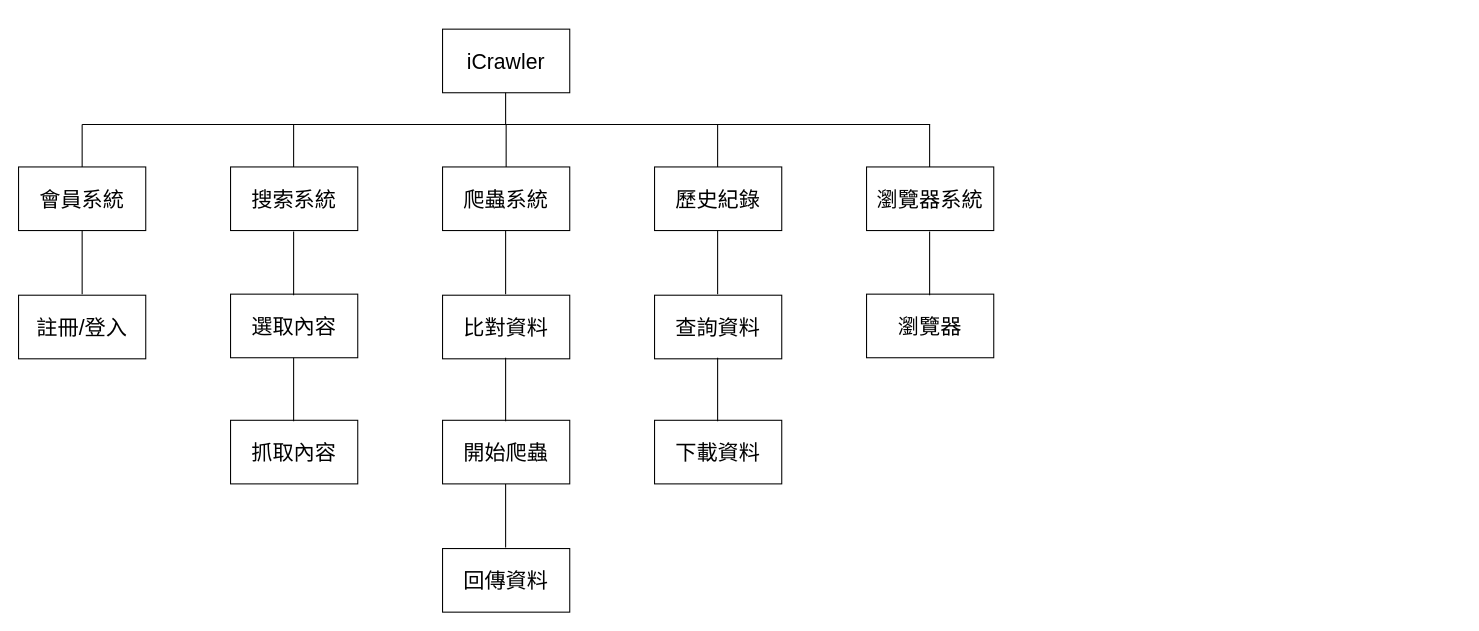
chunghaonien/topic_108 keeps this draw.io diagram as 手冊圖片/功能分解圖.drawio. Above is the earlier version. Source tidied: cells renumbered, new cells numbered last; positions are measured from the earlier drawing's top-left corner, leaving out a move shared by most shapes. Both pictures are drawn from the tidied source at 106%, with x=0, y=0 at pixel (18, 29).
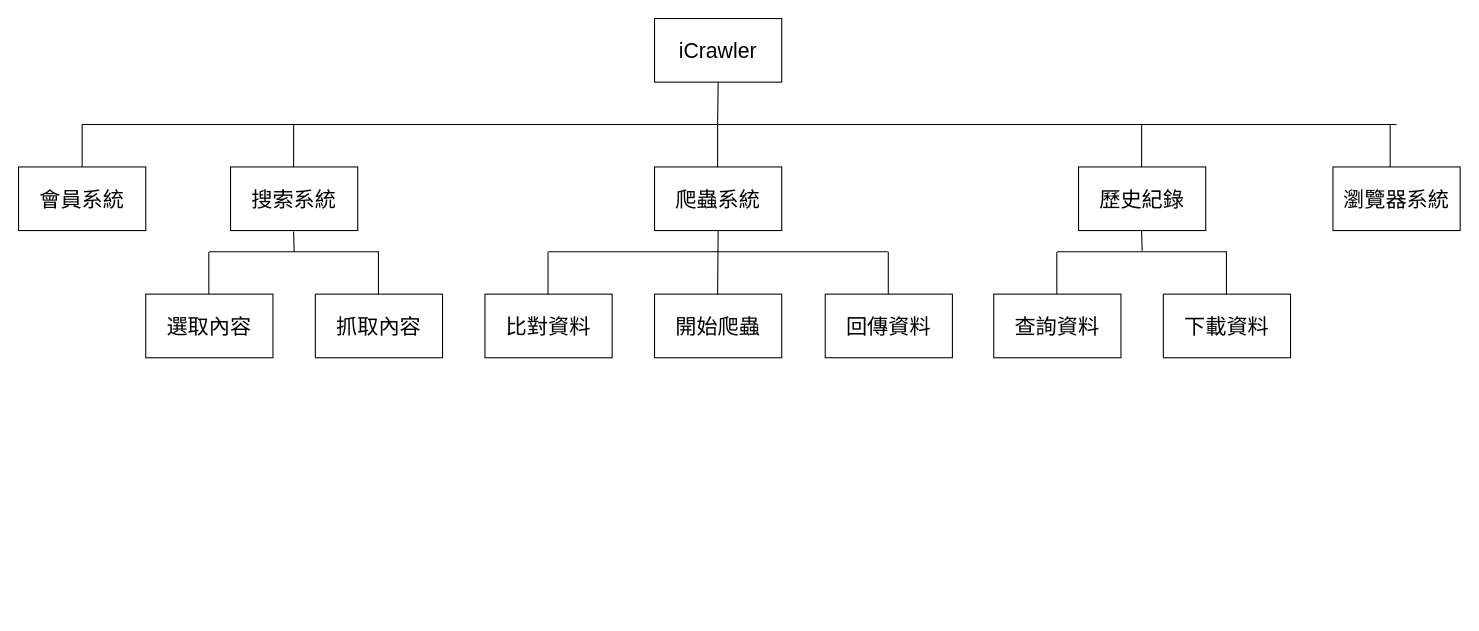
Above is the later version.

The edit, as a diff of the source:
```diff
@@
     <mxCell id="2" value="iCrawler" style="rounded=0;whiteSpace=wrap;html=1;fontSize=20;" parent="1" vertex="1">
-      <mxGeometry x="400" width="120" height="60" as="geometry" />
+      <mxGeometry x="600" y="-10" width="120" height="60" as="geometry" />
     </mxCell>
@@
-    <mxCell id="4" value="註冊/登入" style="rounded=0;whiteSpace=wrap;html=1;fontSize=20;" parent="1" vertex="1">
-      <mxGeometry y="251" width="120" height="60" as="geometry" />
-    </mxCell>
@@
     <mxCell id="6" value="抓取內容" style="rounded=0;whiteSpace=wrap;html=1;fontSize=20;" parent="1" vertex="1">
-      <mxGeometry x="200" y="369" width="120" height="60" as="geometry" />
+      <mxGeometry x="280" y="250" width="120" height="60" as="geometry" />
     </mxCell>
     <mxCell id="7" value="爬蟲系統" style="rounded=0;whiteSpace=wrap;html=1;fontSize=20;" parent="1" vertex="1">
-      <mxGeometry x="400" y="130" width="120" height="60" as="geometry" />
+      <mxGeometry x="600" y="130" width="120" height="60" as="geometry" />
     </mxCell>
     <mxCell id="8" value="選取內容" style="rounded=0;whiteSpace=wrap;html=1;fontSize=20;" parent="1" vertex="1">
-      <mxGeometry x="200" y="250" width="120" height="60" as="geometry" />
+      <mxGeometry x="120" y="250" width="120" height="60" as="geometry" />
     </mxCell>
     <mxCell id="9" value="比對資料" style="rounded=0;whiteSpace=wrap;html=1;fontSize=20;" parent="1" vertex="1">
-      <mxGeometry x="400" y="251" width="120" height="60" as="geometry" />
+      <mxGeometry x="440" y="250" width="120" height="60" as="geometry" />
     </mxCell>
     <mxCell id="10" value="開始爬蟲" style="rounded=0;whiteSpace=wrap;html=1;fontSize=20;" parent="1" vertex="1">
-      <mxGeometry x="400" y="369" width="120" height="60" as="geometry" />
+      <mxGeometry x="600" y="250" width="120" height="60" as="geometry" />
     </mxCell>
     <mxCell id="11" value="回傳資料" style="rounded=0;whiteSpace=wrap;html=1;fontSize=20;" parent="1" vertex="1">
-      <mxGeometry x="400" y="490" width="120" height="60" as="geometry" />
+      <mxGeometry x="761" y="250" width="120" height="60" as="geometry" />
     </mxCell>
     <mxCell id="12" value="歷史紀錄" style="rounded=0;whiteSpace=wrap;html=1;fontSize=20;" parent="1" vertex="1">
-      <mxGeometry x="600" y="130" width="120" height="60" as="geometry" />
+      <mxGeometry x="1000" y="130" width="120" height="60" as="geometry" />
     </mxCell>
     <mxCell id="13" value="查詢資料" style="rounded=0;whiteSpace=wrap;html=1;fontSize=20;" parent="1" vertex="1">
-      <mxGeometry x="600" y="251" width="120" height="60" as="geometry" />
+      <mxGeometry x="920" y="250" width="120" height="60" as="geometry" />
     </mxCell>
     <mxCell id="14" value="下載資料" style="rounded=0;whiteSpace=wrap;html=1;fontSize=20;" parent="1" vertex="1">
-      <mxGeometry x="600" y="369" width="120" height="60" as="geometry" />
+      <mxGeometry x="1080" y="250" width="120" height="60" as="geometry" />
     </mxCell>
-    <mxCell id="15" style="endArrow=none;html=1;rounded=0;" parent="1" edge="1">
+    <mxCell id="15" style="endArrow=none;html=1;rounded=0;entryX=0.5;entryY=1;entryDx=0;entryDy=0;" parent="1" edge="1" target="2">
       <mxGeometry relative="1" as="geometry">
-        <mxPoint x="459.5" y="90" as="sourcePoint" />
-        <mxPoint x="459.5" y="60" as="targetPoint" />
+        <mxPoint x="659.5" y="90" as="sourcePoint" />
       </mxGeometry>
     </mxCell>
     <mxCell id="16" style="endArrow=none;html=1;rounded=0;" parent="1" edge="1">
       <mxGeometry relative="1" as="geometry">
         <mxPoint x="60" y="90" as="sourcePoint" />
-        <mxPoint x="860" y="90" as="targetPoint" />
+        <mxPoint x="1300" y="90" as="targetPoint" />
       </mxGeometry>
     </mxCell>
@@
-    <mxCell id="19" style="endArrow=none;html=1;rounded=0;exitX=0.5;exitY=0;exitDx=0;exitDy=0;" parent="1" edge="1">
-      <mxGeometry relative="1" as="geometry">
-        <mxPoint x="460" y="130" as="sourcePoint" />
-        <mxPoint x="460" y="90" as="targetPoint" />
-      </mxGeometry>
-    </mxCell>
-    <mxCell id="20" style="endArrow=none;html=1;rounded=0;exitX=0.5;exitY=0;exitDx=0;exitDy=0;" parent="1" edge="1">
-      <mxGeometry relative="1" as="geometry">
-        <mxPoint x="659.5" y="130" as="sourcePoint" />
-        <mxPoint x="659.5" y="90" as="targetPoint" />
-      </mxGeometry>
-    </mxCell>
-    <mxCell id="21" style="endArrow=none;html=1;rounded=0;" parent="1" edge="1">
-      <mxGeometry relative="1" as="geometry">
-        <mxPoint x="60" y="250" as="sourcePoint" />
-        <mxPoint x="60" y="190" as="targetPoint" />
-      </mxGeometry>
-    </mxCell>
     <mxCell id="22" style="endArrow=none;html=1;rounded=0;" parent="1" edge="1">
       <mxGeometry relative="1" as="geometry">
-        <mxPoint x="259.5" y="251" as="sourcePoint" />
+        <mxPoint x="260" y="210" as="sourcePoint" />
         <mxPoint x="259.5" y="191" as="targetPoint" />
       </mxGeometry>
     </mxCell>
     <mxCell id="23" style="endArrow=none;html=1;rounded=0;" parent="1" edge="1">
       <mxGeometry relative="1" as="geometry">
-        <mxPoint x="259.5" y="370" as="sourcePoint" />
-        <mxPoint x="259.5" y="310" as="targetPoint" />
+        <mxPoint x="340" y="210" as="sourcePoint" />
+        <mxPoint x="180" y="210" as="targetPoint" />
       </mxGeometry>
     </mxCell>
-    <mxCell id="24" style="endArrow=none;html=1;rounded=0;" parent="1" edge="1">
-      <mxGeometry relative="1" as="geometry">
-        <mxPoint x="459.5" y="250" as="sourcePoint" />
-        <mxPoint x="459.5" y="190" as="targetPoint" />
-      </mxGeometry>
-    </mxCell>
-    <mxCell id="25" style="endArrow=none;html=1;rounded=0;" parent="1" edge="1">
-      <mxGeometry relative="1" as="geometry">
-        <mxPoint x="459.5" y="370" as="sourcePoint" />
-        <mxPoint x="459.5" y="310" as="targetPoint" />
-      </mxGeometry>
-    </mxCell>
-    <mxCell id="26" style="endArrow=none;html=1;rounded=0;" parent="1" edge="1">
-      <mxGeometry relative="1" as="geometry">
-        <mxPoint x="459.5" y="489" as="sourcePoint" />
-        <mxPoint x="459.5" y="429" as="targetPoint" />
-      </mxGeometry>
-    </mxCell>
-    <mxCell id="27" style="endArrow=none;html=1;rounded=0;" parent="1" edge="1">
-      <mxGeometry relative="1" as="geometry">
-        <mxPoint x="659.5" y="370" as="sourcePoint" />
-        <mxPoint x="659.5" y="310" as="targetPoint" />
-      </mxGeometry>
-    </mxCell>
-    <mxCell id="28" style="endArrow=none;html=1;rounded=0;" parent="1" edge="1">
-      <mxGeometry relative="1" as="geometry">
-        <mxPoint x="659.5" y="250" as="sourcePoint" />
-        <mxPoint x="659.5" y="190" as="targetPoint" />
-      </mxGeometry>
-    </mxCell>
     <mxCell id="29" value="瀏覽器系統" style="rounded=0;whiteSpace=wrap;html=1;fontSize=20;" parent="1" vertex="1">
-      <mxGeometry x="800" y="130" width="120" height="60" as="geometry" />
+      <mxGeometry x="1240" y="130" width="120" height="60" as="geometry" />
     </mxCell>
-    <mxCell id="30" value="瀏覽器" style="rounded=0;whiteSpace=wrap;html=1;fontSize=20;" parent="1" vertex="1">
-      <mxGeometry x="800" y="250" width="120" height="60" as="geometry" />
-    </mxCell>
-    <mxCell id="31" style="endArrow=none;html=1;rounded=0;exitX=0.5;exitY=0;exitDx=0;exitDy=0;" parent="1" edge="1">
-      <mxGeometry relative="1" as="geometry">
-        <mxPoint x="859.5" y="130" as="sourcePoint" />
-        <mxPoint x="859.5" y="90" as="targetPoint" />
-      </mxGeometry>
-    </mxCell>
-    <mxCell id="32" style="endArrow=none;html=1;rounded=0;" parent="1" edge="1">
-      <mxGeometry relative="1" as="geometry">
-        <mxPoint x="859.5" y="251" as="sourcePoint" />
-        <mxPoint x="859.5" y="191" as="targetPoint" />
-      </mxGeometry>
-    </mxCell>
+    <mxCell id="33" style="endArrow=none;html=1;rounded=0;exitX=0.5;exitY=0;exitDx=0;exitDy=0;" parent="1" edge="1">
+      <mxGeometry relative="1" as="geometry">
+        <mxPoint x="659.5" y="130" as="sourcePoint" />
+        <mxPoint x="659.5" y="90" as="targetPoint" />
+      </mxGeometry>
+    </mxCell>
+    <mxCell id="34" style="endArrow=none;html=1;rounded=0;exitX=0.5;exitY=0;exitDx=0;exitDy=0;" parent="1" edge="1">
+      <mxGeometry relative="1" as="geometry">
+        <mxPoint x="1059.5" y="130" as="sourcePoint" />
+        <mxPoint x="1059.5" y="90" as="targetPoint" />
+      </mxGeometry>
+    </mxCell>
+    <mxCell id="35" style="endArrow=none;html=1;rounded=0;exitX=0.5;exitY=0;exitDx=0;exitDy=0;" parent="1" edge="1">
+      <mxGeometry relative="1" as="geometry">
+        <mxPoint x="1294" y="130" as="sourcePoint" />
+        <mxPoint x="1294" y="90" as="targetPoint" />
+      </mxGeometry>
+    </mxCell>
+    <mxCell id="36" style="endArrow=none;html=1;rounded=0;exitX=0.5;exitY=0;exitDx=0;exitDy=0;" parent="1" edge="1">
+      <mxGeometry relative="1" as="geometry">
+        <mxPoint x="179.5" y="250" as="sourcePoint" />
+        <mxPoint x="179.5" y="210" as="targetPoint" />
+      </mxGeometry>
+    </mxCell>
+    <mxCell id="37" style="endArrow=none;html=1;rounded=0;exitX=0.5;exitY=0;exitDx=0;exitDy=0;" parent="1" edge="1">
+      <mxGeometry relative="1" as="geometry">
+        <mxPoint x="339.5" y="250" as="sourcePoint" />
+        <mxPoint x="339.5" y="210" as="targetPoint" />
+      </mxGeometry>
+    </mxCell>
+    <mxCell id="38" style="endArrow=none;html=1;rounded=0;exitX=0.5;exitY=0;exitDx=0;exitDy=0;" parent="1" edge="1">
+      <mxGeometry relative="1" as="geometry">
+        <mxPoint x="820.5" y="250" as="sourcePoint" />
+        <mxPoint x="820.5" y="210" as="targetPoint" />
+      </mxGeometry>
+    </mxCell>
+    <mxCell id="39" style="endArrow=none;html=1;rounded=0;exitX=0.5;exitY=0;exitDx=0;exitDy=0;entryX=0.5;entryY=1;entryDx=0;entryDy=0;" parent="1" edge="1" target="7">
+      <mxGeometry relative="1" as="geometry">
+        <mxPoint x="659.5" y="250" as="sourcePoint" />
+      </mxGeometry>
+    </mxCell>
+    <mxCell id="40" style="endArrow=none;html=1;rounded=0;exitX=0.5;exitY=0;exitDx=0;exitDy=0;" parent="1" edge="1">
+      <mxGeometry relative="1" as="geometry">
+        <mxPoint x="499.5" y="250" as="sourcePoint" />
+        <mxPoint x="499.5" y="210" as="targetPoint" />
+      </mxGeometry>
+    </mxCell>
+    <mxCell id="41" style="endArrow=none;html=1;rounded=0;" parent="1" edge="1">
+      <mxGeometry relative="1" as="geometry">
+        <mxPoint x="820" y="210" as="sourcePoint" />
+        <mxPoint x="500" y="210" as="targetPoint" />
+      </mxGeometry>
+    </mxCell>
+    <mxCell id="42" style="endArrow=none;html=1;rounded=0;" parent="1" edge="1">
+      <mxGeometry relative="1" as="geometry">
+        <mxPoint x="1140" y="210" as="sourcePoint" />
+        <mxPoint x="980" y="210" as="targetPoint" />
+      </mxGeometry>
+    </mxCell>
+    <mxCell id="43" style="endArrow=none;html=1;rounded=0;" parent="1" edge="1">
+      <mxGeometry relative="1" as="geometry">
+        <mxPoint x="1060" y="209" as="sourcePoint" />
+        <mxPoint x="1059.5" y="190" as="targetPoint" />
+      </mxGeometry>
+    </mxCell>
+    <mxCell id="44" style="endArrow=none;html=1;rounded=0;exitX=0.5;exitY=0;exitDx=0;exitDy=0;" parent="1" edge="1">
+      <mxGeometry relative="1" as="geometry">
+        <mxPoint x="1139.5" y="250" as="sourcePoint" />
+        <mxPoint x="1139.5" y="210" as="targetPoint" />
+      </mxGeometry>
+    </mxCell>
+    <mxCell id="45" style="endArrow=none;html=1;rounded=0;exitX=0.5;exitY=0;exitDx=0;exitDy=0;" parent="1" edge="1">
+      <mxGeometry relative="1" as="geometry">
+        <mxPoint x="979.5" y="250" as="sourcePoint" />
+        <mxPoint x="979.5" y="210" as="targetPoint" />
+      </mxGeometry>
+    </mxCell>
```
